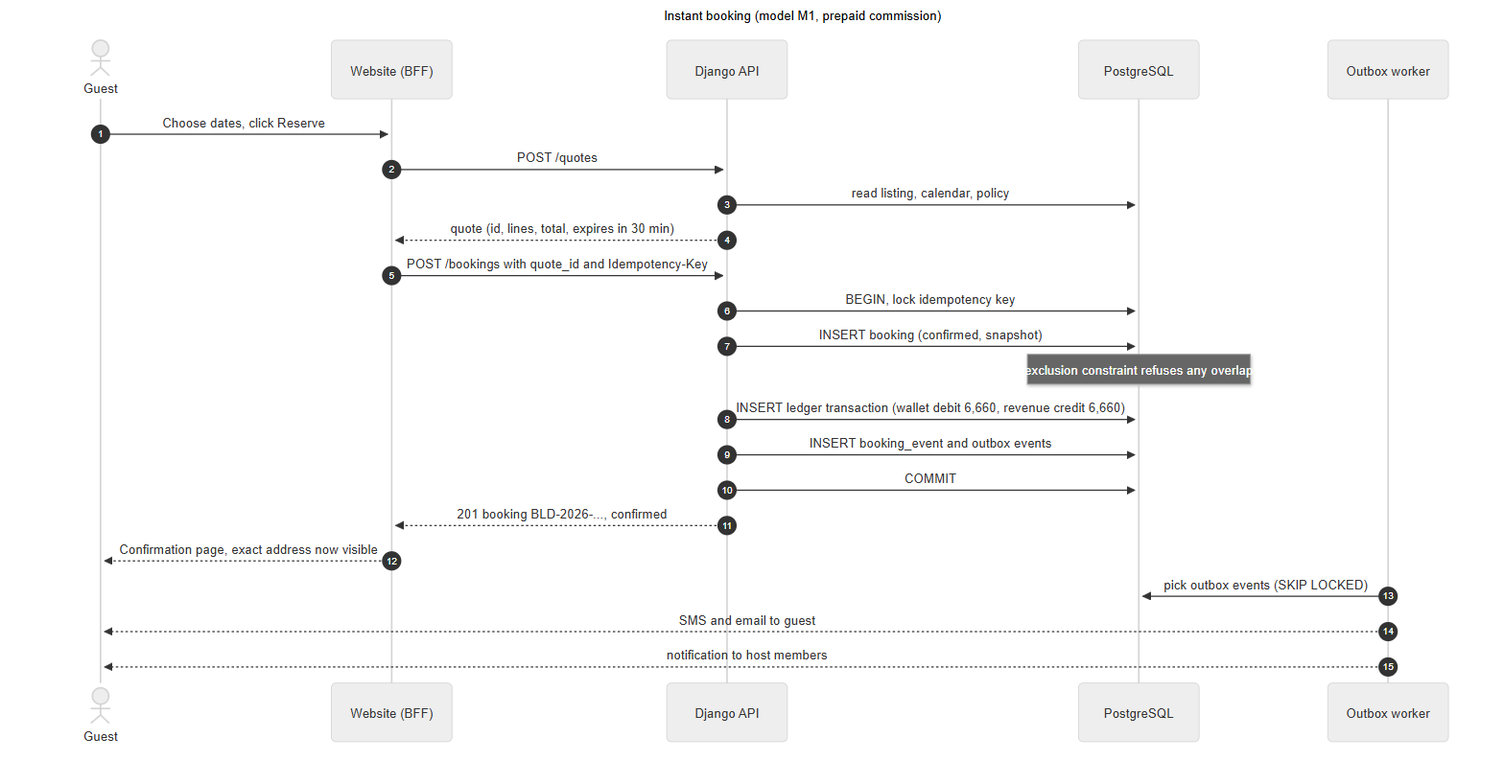
Earlier version of the Mermaid export docs/backend/diagrams/rendered/20-seq-instant-booking.png (med-amine-ok/darna). Its source is kept beside it as docs/backend/diagrams/20-seq-instant-booking.mmd. The source it was exported from:
```mermaid
---
title: Instant booking (model M1, prepaid commission)
---
sequenceDiagram
    autonumber
    actor G as Guest
    participant W as Website (BFF)
    participant A as Django API
    participant DB as PostgreSQL
    participant Q as Outbox worker
    G->>W: Choose dates, click Reserve
    W->>A: POST /quotes
    A->>DB: read listing, calendar, policy
    A-->>W: quote (id, lines, total, expires in 30 min)
    W->>A: POST /bookings with quote_id and Idempotency-Key
    A->>DB: BEGIN, lock idempotency key
    A->>DB: INSERT booking (confirmed, snapshot)
    Note over DB: exclusion constraint refuses any overlap
    A->>DB: INSERT ledger transaction (wallet debit 6,660, revenue credit 6,660)
    A->>DB: INSERT booking_event and outbox events
    A->>DB: COMMIT
    A-->>W: 201 booking BLD-2026-..., confirmed
    W-->>G: Confirmation page, exact address now visible
    Q->>DB: pick outbox events (SKIP LOCKED)
    Q-->>G: SMS and email to guest
    Q-->>G: notification to host members
```
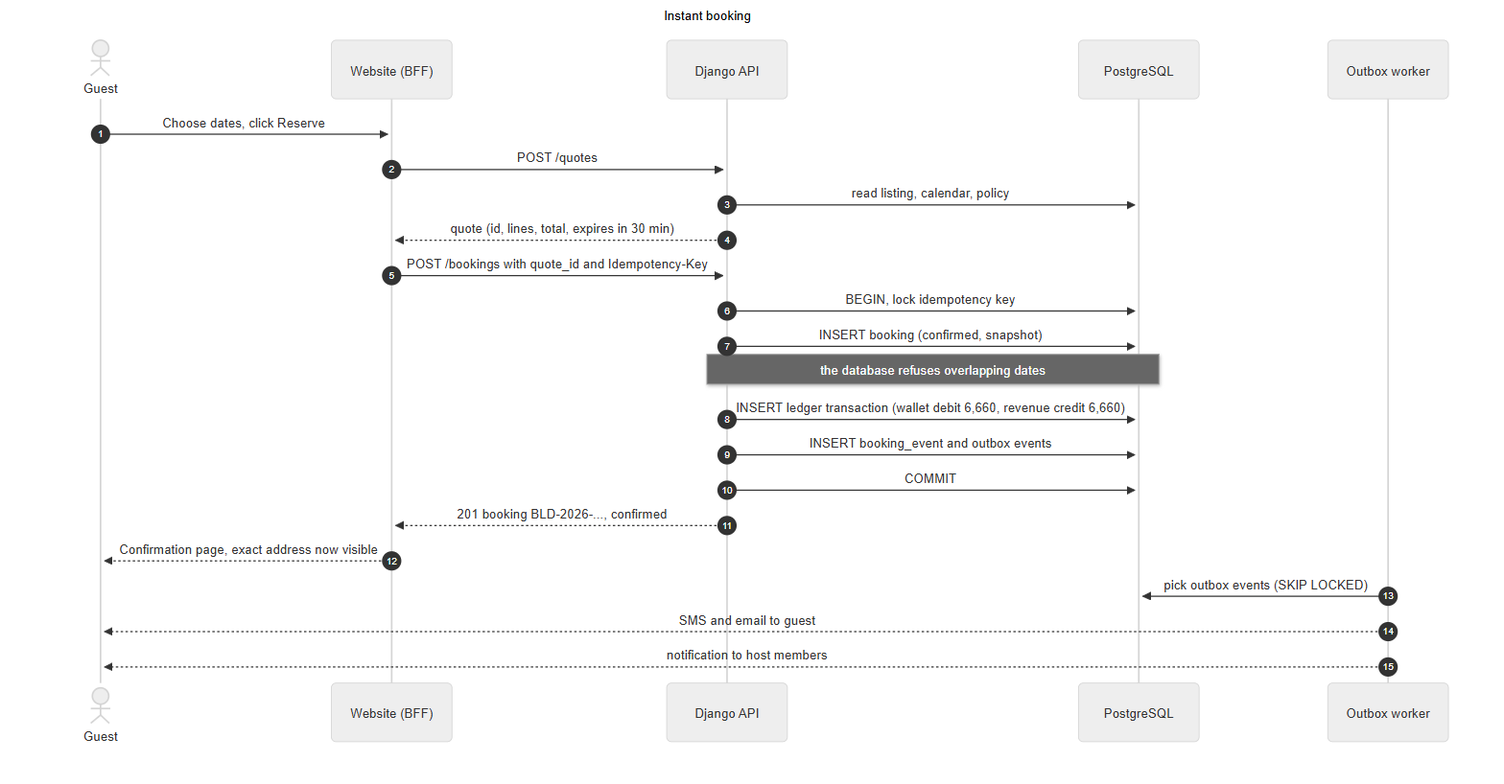
Later version of the same file.

The edit, as a diff of the source:
```diff
@@ -1,5 +1,5 @@
 ---
-title: Instant booking (model M1, prepaid commission)
+title: Instant booking
 ---
 sequenceDiagram
     autonumber
@@ -15,7 +15,7 @@
     W->>A: POST /bookings with quote_id and Idempotency-Key
     A->>DB: BEGIN, lock idempotency key
     A->>DB: INSERT booking (confirmed, snapshot)
-    Note over DB: exclusion constraint refuses any overlap
+    Note over A,DB: the database refuses overlapping dates
     A->>DB: INSERT ledger transaction (wallet debit 6,660, revenue credit 6,660)
     A->>DB: INSERT booking_event and outbox events
     A->>DB: COMMIT
```
